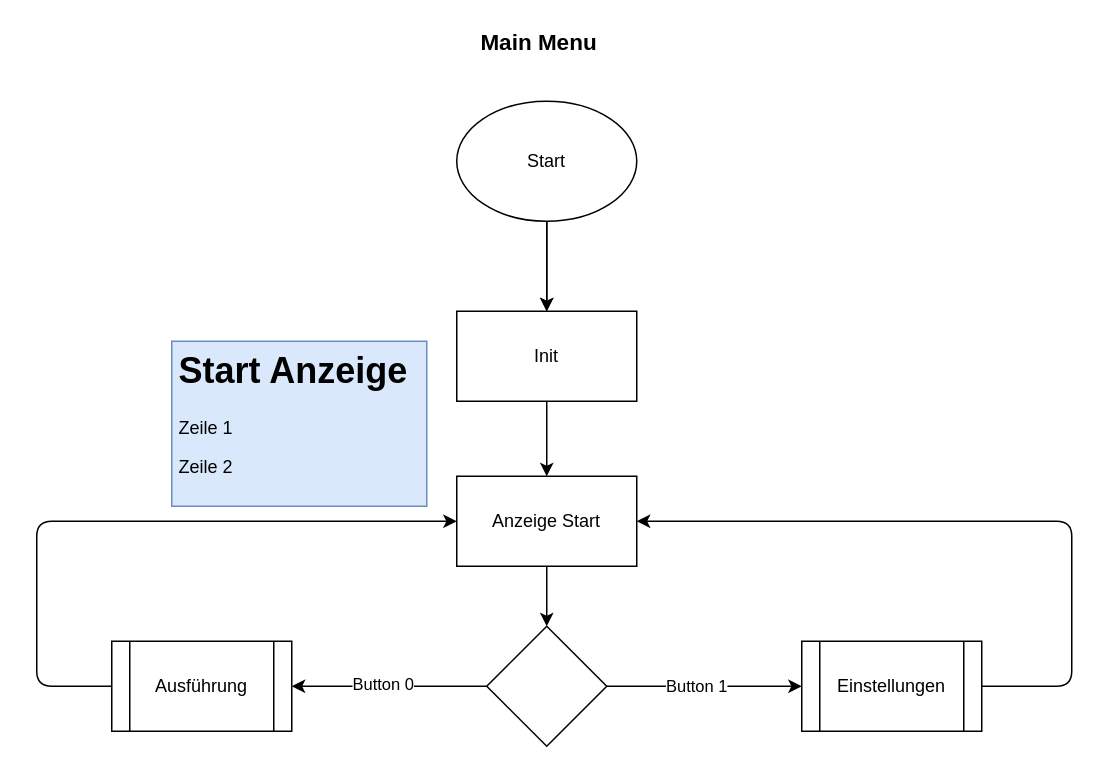
This is page "Main Menu" (1 of 3) of Untitled Diagram.drawio from Seafesko/Nucleo-Wecker, a draw.io file, before an edit. Source tidied: cells renumbered, new cells numbered last; positions are measured from the earlier drawing's top-left corner, leaving out a move shared by most shapes. Both pictures are drawn from the tidied source at 150%, with x=0, y=0 at pixel (36, 26).
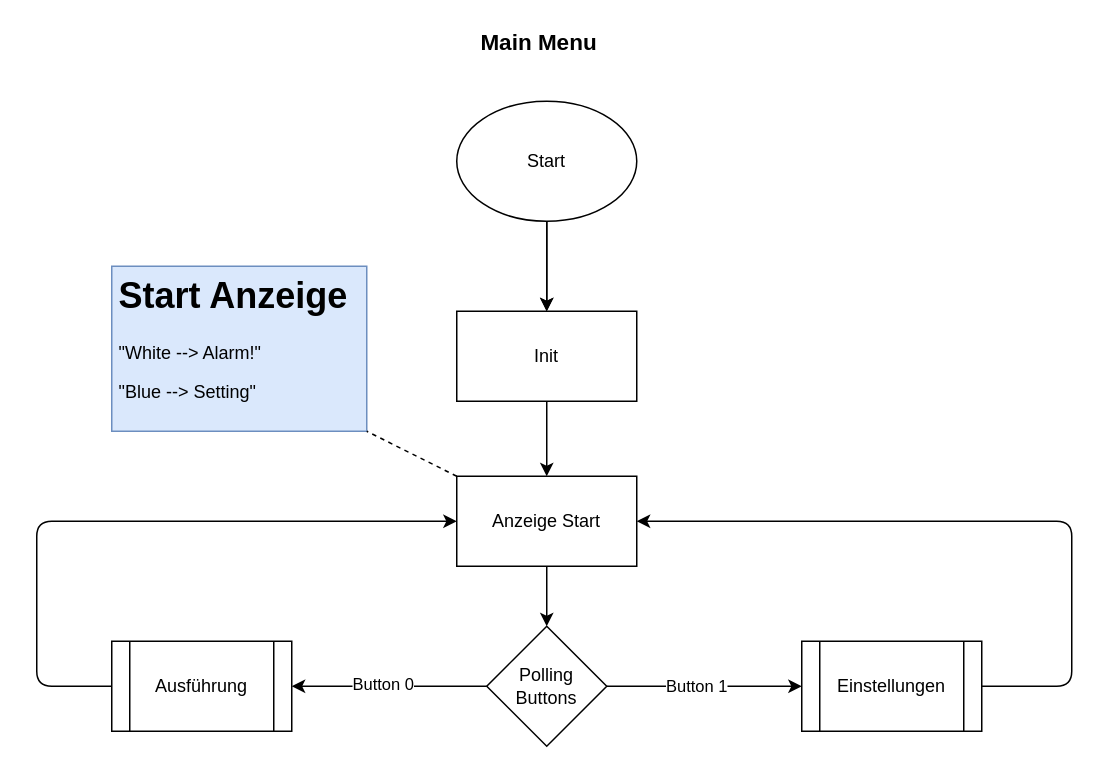
Above is the later version.

Commit message:
Updating Main to current state

The change refers to these unchanged cells:
```xml
<mxCell id="5" value="Anzeige Start" style="rounded=0;whiteSpace=wrap;html=1;strokeWidth=1;" parent="1" vertex="1">
  <mxGeometry x="280" y="300" width="120" height="60" as="geometry" />
</mxCell>
```

Diff of the diagram source:
```diff
@@
-    <mxCell id="4" style="rhombus;whiteSpace=wrap;html=1;strokeWidth=1;" parent="1" vertex="1">
+    <mxCell id="4" value="&lt;div&gt;Polling &lt;br&gt;&lt;/div&gt;&lt;div&gt;Buttons&lt;/div&gt;" style="rhombus;whiteSpace=wrap;html=1;strokeWidth=1;" parent="1" vertex="1">
       <mxGeometry x="300" y="400" width="80" height="80" as="geometry" />
     </mxCell>
@@
-    <mxCell id="18" value="&lt;h1&gt;Start Anzeige&lt;br&gt;&lt;/h1&gt;&lt;p&gt;Zeile 1&lt;/p&gt;&lt;p&gt;Zeile 2&lt;br&gt;&lt;/p&gt;" style="text;html=1;strokeColor=#6c8ebf;fillColor=#dae8fc;spacing=5;spacingTop=-20;whiteSpace=wrap;overflow=hidden;rounded=0;" parent="1" vertex="1">
-      <mxGeometry x="90" y="210" width="170" height="110" as="geometry" />
+    <mxCell id="18" value="&lt;h1&gt;Start Anzeige&lt;br&gt;&lt;/h1&gt;&lt;p&gt;&quot;White --&amp;gt; Alarm!&quot;&lt;/p&gt;&lt;p&gt;&quot;Blue --&amp;gt; Setting&quot;&lt;br&gt;&lt;/p&gt;" style="text;html=1;strokeColor=#6c8ebf;fillColor=#dae8fc;spacing=5;spacingTop=-20;whiteSpace=wrap;overflow=hidden;rounded=0;" parent="1" vertex="1">
+      <mxGeometry x="50" y="160" width="170" height="110" as="geometry" />
     </mxCell>
+    <mxCell id="19" style="endArrow=none;dashed=1;html=1;entryX=1;entryY=1;entryDx=0;entryDy=0;exitX=0;exitY=0;exitDx=0;exitDy=0;" parent="1" edge="1" source="5" target="18">
+      <mxGeometry relative="1" as="geometry" />
+    </mxCell>
```
